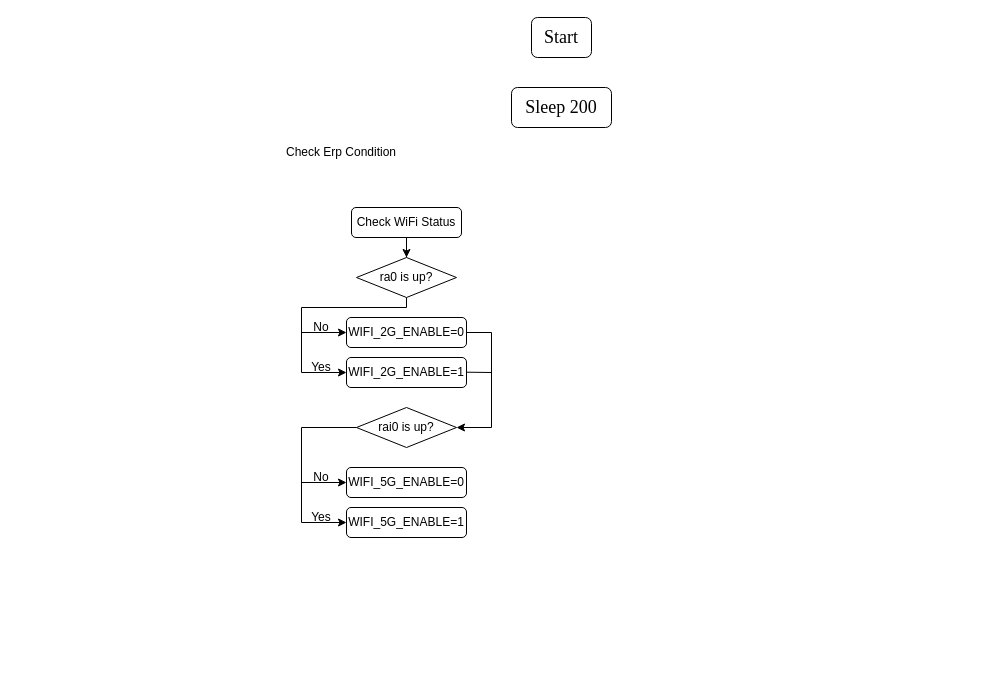
The draw.io diagram ErP_Monitor_script.drawio in asd72570711/draw.io, before the edit. Source tidied: cells renumbered, new cells numbered last; positions are measured from the earlier drawing's top-left corner, leaving out a move shared by most shapes. Both pictures are drawn from the tidied source at 100%, with x=0, y=0 at pixel (261, 17).
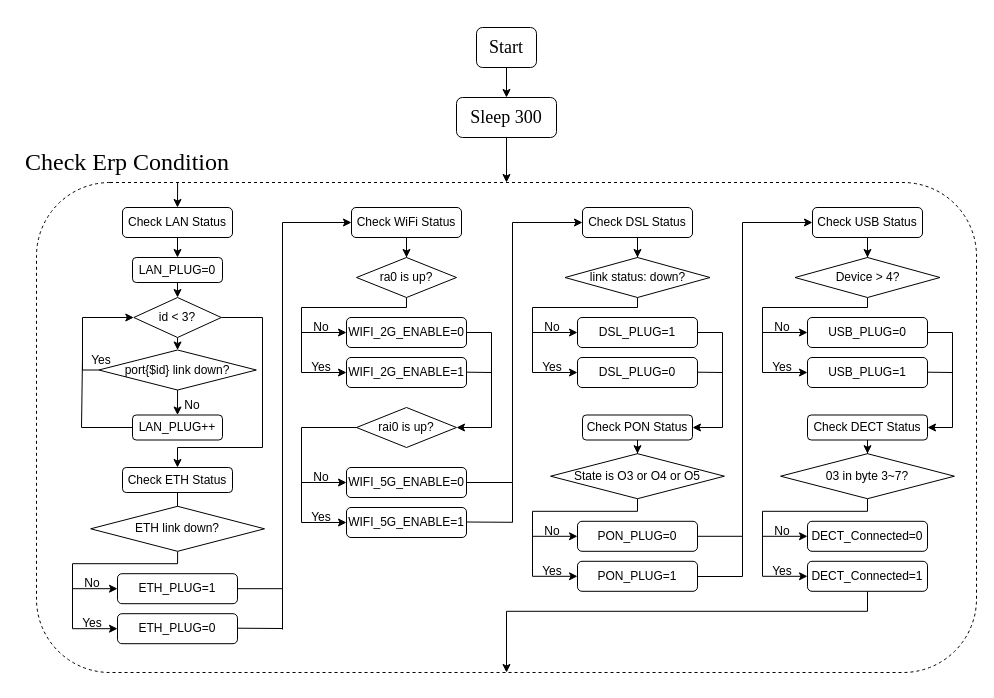
The same diagram, later.

Unchanged cells that the change refers to:
```xml
<mxCell id="6" value="Check WiFi Status" style="rounded=1;whiteSpace=wrap;html=1;" parent="1" vertex="1">
  <mxGeometry x="90" y="190" width="110" height="30" as="geometry" />
</mxCell>
<mxCell id="14" value="WIFI_5G_ENABLE=0" style="rounded=1;whiteSpace=wrap;html=1;" parent="1" vertex="1">
  <mxGeometry x="85" y="450" width="120" height="30" as="geometry" />
</mxCell>
```

Diff of the diagram source:
```diff
@@
+    <mxCell id="25" style="rounded=1;whiteSpace=wrap;html=1;dashed=1;fillColor=none;" parent="1" vertex="1">
+      <mxGeometry x="-225" y="165" width="940" height="490" as="geometry" />
+    </mxCell>
+    <mxCell id="26" style="edgeStyle=orthogonalEdgeStyle;rounded=0;jettySize=auto;html=1;exitX=0.5;exitY=1;exitDx=0;exitDy=0;" parent="1" edge="1" source="2" target="3">
+      <mxGeometry relative="1" as="geometry" />
+    </mxCell>
     <mxCell id="2" value="&lt;font style=&quot;font-size: 18px;&quot; face=&quot;Times New Roman&quot;&gt;Start&lt;/font&gt;" style="rounded=1;whiteSpace=wrap;html=1;" parent="1" vertex="1">
-      <mxGeometry x="270" width="60" height="40" as="geometry" />
+      <mxGeometry x="215" y="10" width="60" height="40" as="geometry" />
     </mxCell>
+    <mxCell id="27" style="edgeStyle=orthogonalEdgeStyle;rounded=0;jettySize=auto;html=1;exitX=0.5;exitY=1;exitDx=0;exitDy=0;entryX=0.5;entryY=0;entryDx=0;entryDy=0;" parent="1" edge="1" source="3" target="25">
+      <mxGeometry relative="1" as="geometry" />
+    </mxCell>
-    <mxCell id="3" value="&lt;font style=&quot;font-size: 18px;&quot; face=&quot;Times New Roman&quot;&gt;Sleep 200&lt;/font&gt;" style="rounded=1;whiteSpace=wrap;html=1;" parent="1" vertex="1">
-      <mxGeometry x="250" y="70" width="100" height="40" as="geometry" />
+    <mxCell id="3" value="&lt;font style=&quot;font-size: 18px;&quot; face=&quot;Times New Roman&quot;&gt;Sleep 300&lt;/font&gt;" style="rounded=1;whiteSpace=wrap;html=1;" parent="1" vertex="1">
+      <mxGeometry x="195" y="80" width="100" height="40" as="geometry" />
     </mxCell>
-    <mxCell id="4" value="Check Erp Condition" style="text;html=1;strokeColor=none;fillColor=none;align=center;verticalAlign=middle;whiteSpace=wrap;rounded=0;" parent="1" vertex="1">
-      <mxGeometry y="120" width="160" height="30" as="geometry" />
+    <mxCell id="4" value="&lt;font face=&quot;Times New Roman&quot; style=&quot;font-size: 24px;&quot;&gt;Check Erp Condition&lt;/font&gt;" style="text;html=1;strokeColor=none;fillColor=none;align=center;verticalAlign=middle;whiteSpace=wrap;rounded=0;" parent="1" vertex="1">
+      <mxGeometry x="-244" y="130" width="220" height="30" as="geometry" />
     </mxCell>
@@
+    <mxCell id="28" style="edgeStyle=orthogonalEdgeStyle;rounded=0;jettySize=auto;html=1;exitX=1;exitY=0.5;exitDx=0;exitDy=0;entryX=0;entryY=0.5;entryDx=0;entryDy=0;" parent="1" edge="1" source="14" target="30">
+      <mxGeometry relative="1" as="geometry">
+        <Array as="points">
+          <mxPoint x="251" y="465" />
+          <mxPoint x="251" y="205" />
+        </Array>
+      </mxGeometry>
+    </mxCell>
@@
+    <mxCell id="29" style="edgeStyle=orthogonalEdgeStyle;rounded=0;jettySize=auto;html=1;exitX=0.5;exitY=1;exitDx=0;exitDy=0;" parent="1" edge="1" source="30" target="32">
+      <mxGeometry relative="1" as="geometry" />
+    </mxCell>
+    <mxCell id="30" value="Check DSL Status" style="rounded=1;whiteSpace=wrap;html=1;" parent="1" vertex="1">
+      <mxGeometry x="321" y="190" width="110" height="30" as="geometry" />
+    </mxCell>
+    <mxCell id="31" style="edgeStyle=orthogonalEdgeStyle;rounded=0;jettySize=auto;html=1;exitX=0.5;exitY=1;exitDx=0;exitDy=0;entryX=0;entryY=0.5;entryDx=0;entryDy=0;" parent="1" edge="1" source="32" target="34">
+      <mxGeometry relative="1" as="geometry">
+        <Array as="points">
+          <mxPoint x="376" y="290" />
+          <mxPoint x="271" y="290" />
+          <mxPoint x="271" y="315" />
+        </Array>
+      </mxGeometry>
+    </mxCell>
+    <mxCell id="32" value="link status: down?" style="rhombus;whiteSpace=wrap;html=1;" parent="1" vertex="1">
+      <mxGeometry x="303.5" y="240" width="145" height="40" as="geometry" />
+    </mxCell>
+    <mxCell id="33" style="edgeStyle=orthogonalEdgeStyle;rounded=0;jettySize=auto;html=1;entryX=1;entryY=0.5;entryDx=0;entryDy=0;" parent="1" edge="1" source="34" target="42">
+      <mxGeometry relative="1" as="geometry">
+        <Array as="points">
+          <mxPoint x="461" y="315" />
+          <mxPoint x="461" y="410" />
+        </Array>
+      </mxGeometry>
+    </mxCell>
+    <mxCell id="34" value="DSL_PLUG=1" style="rounded=1;whiteSpace=wrap;html=1;" parent="1" vertex="1">
+      <mxGeometry x="316" y="300" width="120" height="30" as="geometry" />
+    </mxCell>
+    <mxCell id="35" value="DSL_PLUG=0" style="rounded=1;whiteSpace=wrap;html=1;" parent="1" vertex="1">
+      <mxGeometry x="316" y="340" width="120" height="30" as="geometry" />
+    </mxCell>
+    <mxCell id="36" style="endArrow=none;html=1;rounded=0;" parent="1" edge="1">
+      <mxGeometry relative="1" as="geometry">
+        <mxPoint x="271" y="355" as="sourcePoint" />
+        <mxPoint x="271" y="310" as="targetPoint" />
+      </mxGeometry>
+    </mxCell>
+    <mxCell id="37" style="endArrow=classic;html=1;rounded=0;entryX=0;entryY=0.5;entryDx=0;entryDy=0;" parent="1" edge="1" target="35">
+      <mxGeometry relative="1" as="geometry">
+        <mxPoint x="271" y="355" as="sourcePoint" />
+      </mxGeometry>
+    </mxCell>
+    <mxCell id="38" value="Yes" style="text;html=1;strokeColor=none;fillColor=none;align=center;verticalAlign=middle;whiteSpace=wrap;rounded=0;" parent="1" vertex="1">
+      <mxGeometry x="271" y="340" width="40" height="20" as="geometry" />
+    </mxCell>
+    <mxCell id="39" value="No" style="text;html=1;strokeColor=none;fillColor=none;align=center;verticalAlign=middle;whiteSpace=wrap;rounded=0;" parent="1" vertex="1">
+      <mxGeometry x="271" y="300" width="40" height="20" as="geometry" />
+    </mxCell>
+    <mxCell id="40" style="endArrow=none;html=1;rounded=0;" parent="1" edge="1">
+      <mxGeometry relative="1" as="geometry">
+        <mxPoint x="436" y="354.7" as="sourcePoint" />
+        <mxPoint x="461" y="355" as="targetPoint" />
+      </mxGeometry>
+    </mxCell>
+    <mxCell id="41" style="edgeStyle=orthogonalEdgeStyle;rounded=0;jettySize=auto;html=1;entryX=0.5;entryY=0;entryDx=0;entryDy=0;" parent="1" edge="1" source="42" target="44">
+      <mxGeometry relative="1" as="geometry" />
+    </mxCell>
+    <mxCell id="42" value="Check PON Status" style="rounded=1;whiteSpace=wrap;html=1;" parent="1" vertex="1">
+      <mxGeometry x="321" y="397.5" width="110" height="25" as="geometry" />
+    </mxCell>
+    <mxCell id="43" style="edgeStyle=orthogonalEdgeStyle;rounded=0;jettySize=auto;html=1;exitX=0.5;exitY=1;exitDx=0;exitDy=0;entryX=0;entryY=0.5;entryDx=0;entryDy=0;" parent="1" edge="1" source="44" target="46">
+      <mxGeometry relative="1" as="geometry">
+        <Array as="points">
+          <mxPoint x="376" y="493.8" />
+          <mxPoint x="271" y="493.8" />
+          <mxPoint x="271" y="518.8" />
+        </Array>
+      </mxGeometry>
+    </mxCell>
+    <mxCell id="44" value="State is O3 or O4 or O5" style="rhombus;whiteSpace=wrap;html=1;" parent="1" vertex="1">
+      <mxGeometry x="289.1" y="436.2" width="173.8" height="45" as="geometry" />
+    </mxCell>
+    <mxCell id="45" style="edgeStyle=orthogonalEdgeStyle;rounded=0;jettySize=auto;html=1;exitX=1;exitY=0.5;exitDx=0;exitDy=0;entryX=0;entryY=0.5;entryDx=0;entryDy=0;" parent="1" edge="1" source="46" target="83">
+      <mxGeometry relative="1" as="geometry">
+        <Array as="points">
+          <mxPoint x="481" y="519" />
+          <mxPoint x="481" y="205" />
+        </Array>
+      </mxGeometry>
+    </mxCell>
+    <mxCell id="46" value="PON_PLUG=0" style="rounded=1;whiteSpace=wrap;html=1;" parent="1" vertex="1">
+      <mxGeometry x="316" y="503.8" width="120" height="30" as="geometry" />
+    </mxCell>
+    <mxCell id="47" value="PON_PLUG=1" style="rounded=1;whiteSpace=wrap;html=1;" parent="1" vertex="1">
+      <mxGeometry x="316" y="543.8" width="120" height="30" as="geometry" />
+    </mxCell>
+    <mxCell id="48" style="endArrow=none;html=1;rounded=0;" parent="1" edge="1">
+      <mxGeometry relative="1" as="geometry">
+        <mxPoint x="271" y="558.8" as="sourcePoint" />
+        <mxPoint x="271" y="513.8" as="targetPoint" />
+      </mxGeometry>
+    </mxCell>
+    <mxCell id="49" style="endArrow=classic;html=1;rounded=0;entryX=0;entryY=0.5;entryDx=0;entryDy=0;" parent="1" edge="1" target="47">
+      <mxGeometry relative="1" as="geometry">
+        <mxPoint x="271" y="558.8" as="sourcePoint" />
+      </mxGeometry>
+    </mxCell>
+    <mxCell id="50" value="Yes" style="text;html=1;strokeColor=none;fillColor=none;align=center;verticalAlign=middle;whiteSpace=wrap;rounded=0;" parent="1" vertex="1">
+      <mxGeometry x="271" y="543.8" width="40" height="20" as="geometry" />
+    </mxCell>
+    <mxCell id="51" value="No" style="text;html=1;strokeColor=none;fillColor=none;align=center;verticalAlign=middle;whiteSpace=wrap;rounded=0;" parent="1" vertex="1">
+      <mxGeometry x="271" y="503.8" width="40" height="20" as="geometry" />
+    </mxCell>
+    <mxCell id="52" style="edgeStyle=orthogonalEdgeStyle;rounded=0;jettySize=auto;html=1;exitX=0.5;exitY=1;exitDx=0;exitDy=0;entryX=0.5;entryY=0;entryDx=0;entryDy=0;" parent="1" edge="1" source="53" target="73">
+      <mxGeometry relative="1" as="geometry" />
+    </mxCell>
+    <mxCell id="53" value="Check LAN Status" style="rounded=1;whiteSpace=wrap;html=1;" parent="1" vertex="1">
+      <mxGeometry x="-139" y="190" width="110" height="30" as="geometry" />
+    </mxCell>
+    <mxCell id="54" style="edgeStyle=orthogonalEdgeStyle;rounded=0;jettySize=auto;html=1;exitX=0.5;exitY=1;exitDx=0;exitDy=0;entryX=0.5;entryY=0;entryDx=0;entryDy=0;" parent="1" edge="1" source="56" target="70">
+      <mxGeometry relative="1" as="geometry" />
+    </mxCell>
+    <mxCell id="55" style="edgeStyle=orthogonalEdgeStyle;rounded=0;jettySize=auto;html=1;exitX=1;exitY=0.5;exitDx=0;exitDy=0;entryX=0.5;entryY=0;entryDx=0;entryDy=0;" parent="1" edge="1" source="56" target="58">
+      <mxGeometry relative="1" as="geometry">
+        <Array as="points">
+          <mxPoint x="1" y="300" />
+          <mxPoint x="1" y="430" />
+          <mxPoint x="-84" y="430" />
+        </Array>
+      </mxGeometry>
+    </mxCell>
+    <mxCell id="56" value="id &amp;lt; 3?" style="rhombus;whiteSpace=wrap;html=1;" parent="1" vertex="1">
+      <mxGeometry x="-127.7" y="280" width="87.5" height="40" as="geometry" />
+    </mxCell>
+    <mxCell id="57" style="edgeStyle=orthogonalEdgeStyle;rounded=0;jettySize=auto;html=1;entryX=0.5;entryY=0;entryDx=0;entryDy=0;" parent="1" edge="1" source="58" target="60">
+      <mxGeometry relative="1" as="geometry" />
+    </mxCell>
+    <mxCell id="58" value="Check ETH Status" style="rounded=1;whiteSpace=wrap;html=1;" parent="1" vertex="1">
+      <mxGeometry x="-139" y="450" width="110" height="25" as="geometry" />
+    </mxCell>
+    <mxCell id="59" style="edgeStyle=orthogonalEdgeStyle;rounded=0;jettySize=auto;html=1;exitX=0.5;exitY=1;exitDx=0;exitDy=0;entryX=0;entryY=0.5;entryDx=0;entryDy=0;" parent="1" edge="1" source="60" target="62">
+      <mxGeometry relative="1" as="geometry">
+        <Array as="points">
+          <mxPoint x="-84" y="546.2" />
+          <mxPoint x="-189" y="546.2" />
+          <mxPoint x="-189" y="571.2" />
+        </Array>
+      </mxGeometry>
+    </mxCell>
+    <mxCell id="60" value="ETH link down?" style="rhombus;whiteSpace=wrap;html=1;" parent="1" vertex="1">
+      <mxGeometry x="-170.8" y="488.8" width="173.8" height="45" as="geometry" />
+    </mxCell>
+    <mxCell id="61" style="edgeStyle=orthogonalEdgeStyle;rounded=0;jettySize=auto;html=1;exitX=1;exitY=0.5;exitDx=0;exitDy=0;entryX=0;entryY=0.5;entryDx=0;entryDy=0;" parent="1" edge="1" source="62" target="6">
+      <mxGeometry relative="1" as="geometry">
+        <Array as="points">
+          <mxPoint x="21" y="571" />
+          <mxPoint x="21" y="205" />
+        </Array>
+      </mxGeometry>
+    </mxCell>
+    <mxCell id="62" value="ETH_PLUG=1" style="rounded=1;whiteSpace=wrap;html=1;" parent="1" vertex="1">
+      <mxGeometry x="-144" y="556.2" width="120" height="30" as="geometry" />
+    </mxCell>
+    <mxCell id="63" value="ETH_PLUG=0" style="rounded=1;whiteSpace=wrap;html=1;" parent="1" vertex="1">
+      <mxGeometry x="-144" y="596.2" width="120" height="30" as="geometry" />
+    </mxCell>
+    <mxCell id="64" style="endArrow=none;html=1;rounded=0;" parent="1" edge="1">
+      <mxGeometry relative="1" as="geometry">
+        <mxPoint x="-189" y="611.2" as="sourcePoint" />
+        <mxPoint x="-189" y="566.2" as="targetPoint" />
+      </mxGeometry>
+    </mxCell>
+    <mxCell id="65" style="endArrow=classic;html=1;rounded=0;entryX=0;entryY=0.5;entryDx=0;entryDy=0;" parent="1" edge="1" target="63">
+      <mxGeometry relative="1" as="geometry">
+        <mxPoint x="-189" y="611.2" as="sourcePoint" />
+      </mxGeometry>
+    </mxCell>
+    <mxCell id="66" value="Yes" style="text;html=1;strokeColor=none;fillColor=none;align=center;verticalAlign=middle;whiteSpace=wrap;rounded=0;" parent="1" vertex="1">
+      <mxGeometry x="-189" y="596.2" width="40" height="20" as="geometry" />
+    </mxCell>
+    <mxCell id="67" value="No" style="text;html=1;strokeColor=none;fillColor=none;align=center;verticalAlign=middle;whiteSpace=wrap;rounded=0;" parent="1" vertex="1">
+      <mxGeometry x="-189" y="556.2" width="40" height="20" as="geometry" />
+    </mxCell>
+    <mxCell id="68" style="edgeStyle=orthogonalEdgeStyle;rounded=0;jettySize=auto;html=1;exitX=0.5;exitY=1;exitDx=0;exitDy=0;entryX=0.5;entryY=0;entryDx=0;entryDy=0;" parent="1" edge="1" source="70" target="71">
+      <mxGeometry relative="1" as="geometry" />
+    </mxCell>
+    <mxCell id="69" style="edgeStyle=orthogonalEdgeStyle;rounded=0;jettySize=auto;html=1;exitX=0;exitY=0.5;exitDx=0;exitDy=0;entryX=0;entryY=0.5;entryDx=0;entryDy=0;" parent="1" edge="1" source="70" target="56">
+      <mxGeometry relative="1" as="geometry">
+        <Array as="points">
+          <mxPoint x="-179" y="353" />
+          <mxPoint x="-179" y="300" />
+        </Array>
+      </mxGeometry>
+    </mxCell>
+    <mxCell id="70" value="port{$id} link down?" style="rhombus;whiteSpace=wrap;html=1;" parent="1" vertex="1">
+      <mxGeometry x="-162.7" y="332.5" width="157.5" height="40" as="geometry" />
+    </mxCell>
+    <mxCell id="71" value="LAN_PLUG++" style="rounded=1;whiteSpace=wrap;html=1;" parent="1" vertex="1">
+      <mxGeometry x="-129" y="397.5" width="90" height="25" as="geometry" />
+    </mxCell>
+    <mxCell id="72" style="edgeStyle=orthogonalEdgeStyle;rounded=0;jettySize=auto;html=1;exitX=0.5;exitY=1;exitDx=0;exitDy=0;entryX=0.5;entryY=0;entryDx=0;entryDy=0;" parent="1" edge="1" source="73" target="56">
+      <mxGeometry relative="1" as="geometry" />
+    </mxCell>
+    <mxCell id="73" value="LAN_PLUG=0" style="rounded=1;whiteSpace=wrap;html=1;" parent="1" vertex="1">
+      <mxGeometry x="-129" y="240" width="90" height="25" as="geometry" />
+    </mxCell>
+    <mxCell id="74" value="No" style="text;html=1;strokeColor=none;fillColor=none;align=center;verticalAlign=middle;whiteSpace=wrap;rounded=0;" parent="1" vertex="1">
+      <mxGeometry x="-89" y="377.5" width="40" height="20" as="geometry" />
+    </mxCell>
+    <mxCell id="75" value="Yes" style="text;html=1;strokeColor=none;fillColor=none;align=center;verticalAlign=middle;whiteSpace=wrap;rounded=0;" parent="1" vertex="1">
+      <mxGeometry x="-179.9" y="332.5" width="40" height="20" as="geometry" />
+    </mxCell>
+    <mxCell id="76" style="endArrow=none;html=1;rounded=0;" parent="1" edge="1">
+      <mxGeometry relative="1" as="geometry">
+        <mxPoint x="-180" y="410" as="sourcePoint" />
+        <mxPoint x="-179" y="340" as="targetPoint" />
+      </mxGeometry>
+    </mxCell>
+    <mxCell id="77" style="endArrow=none;html=1;rounded=0;" parent="1" edge="1">
+      <mxGeometry relative="1" as="geometry">
+        <mxPoint x="-179.9" y="410" as="sourcePoint" />
+        <mxPoint x="-129" y="410" as="targetPoint" />
+      </mxGeometry>
+    </mxCell>
+    <mxCell id="78" style="endArrow=none;html=1;rounded=0;" parent="1" edge="1">
+      <mxGeometry relative="1" as="geometry">
+        <mxPoint x="-24" y="610.7" as="sourcePoint" />
+        <mxPoint x="21" y="611" as="targetPoint" />
+      </mxGeometry>
+    </mxCell>
+    <mxCell id="79" style="endArrow=none;html=1;rounded=0;" parent="1" edge="1">
+      <mxGeometry relative="1" as="geometry">
+        <mxPoint x="21" y="612" as="sourcePoint" />
+        <mxPoint x="21" y="566" as="targetPoint" />
+      </mxGeometry>
+    </mxCell>
+    <mxCell id="80" style="endArrow=none;html=1;rounded=0;" parent="1" edge="1">
+      <mxGeometry relative="1" as="geometry">
+        <mxPoint x="205" y="504.5" as="sourcePoint" />
+        <mxPoint x="251" y="504.8" as="targetPoint" />
+      </mxGeometry>
+    </mxCell>
+    <mxCell id="81" style="endArrow=none;html=1;rounded=0;" parent="1" edge="1">
+      <mxGeometry relative="1" as="geometry">
+        <mxPoint x="251" y="505" as="sourcePoint" />
+        <mxPoint x="251" y="465" as="targetPoint" />
+      </mxGeometry>
+    </mxCell>
+    <mxCell id="82" style="edgeStyle=orthogonalEdgeStyle;rounded=0;jettySize=auto;html=1;exitX=0.5;exitY=1;exitDx=0;exitDy=0;" parent="1" edge="1" source="83" target="85">
+      <mxGeometry relative="1" as="geometry" />
+    </mxCell>
+    <mxCell id="83" value="Check USB Status" style="rounded=1;whiteSpace=wrap;html=1;" parent="1" vertex="1">
+      <mxGeometry x="551" y="190" width="110" height="30" as="geometry" />
+    </mxCell>
+    <mxCell id="84" style="edgeStyle=orthogonalEdgeStyle;rounded=0;jettySize=auto;html=1;exitX=0.5;exitY=1;exitDx=0;exitDy=0;entryX=0;entryY=0.5;entryDx=0;entryDy=0;" parent="1" edge="1" source="85" target="87">
+      <mxGeometry relative="1" as="geometry">
+        <Array as="points">
+          <mxPoint x="606" y="290" />
+          <mxPoint x="501" y="290" />
+          <mxPoint x="501" y="315" />
+        </Array>
+      </mxGeometry>
+    </mxCell>
+    <mxCell id="85" value="Device &amp;gt; 4?" style="rhombus;whiteSpace=wrap;html=1;" parent="1" vertex="1">
+      <mxGeometry x="533.5" y="240" width="145" height="40" as="geometry" />
+    </mxCell>
+    <mxCell id="86" style="edgeStyle=orthogonalEdgeStyle;rounded=0;jettySize=auto;html=1;entryX=1;entryY=0.5;entryDx=0;entryDy=0;" parent="1" edge="1" source="87" target="95">
+      <mxGeometry relative="1" as="geometry">
+        <Array as="points">
+          <mxPoint x="691" y="315" />
+          <mxPoint x="691" y="410" />
+        </Array>
+      </mxGeometry>
+    </mxCell>
+    <mxCell id="87" value="USB_PLUG=0" style="rounded=1;whiteSpace=wrap;html=1;" parent="1" vertex="1">
+      <mxGeometry x="546" y="300" width="120" height="30" as="geometry" />
+    </mxCell>
+    <mxCell id="88" value="USB_PLUG=1" style="rounded=1;whiteSpace=wrap;html=1;" parent="1" vertex="1">
+      <mxGeometry x="546" y="340" width="120" height="30" as="geometry" />
+    </mxCell>
+    <mxCell id="89" style="endArrow=none;html=1;rounded=0;" parent="1" edge="1">
+      <mxGeometry relative="1" as="geometry">
+        <mxPoint x="501" y="355" as="sourcePoint" />
+        <mxPoint x="501" y="310" as="targetPoint" />
+      </mxGeometry>
+    </mxCell>
+    <mxCell id="90" style="endArrow=classic;html=1;rounded=0;entryX=0;entryY=0.5;entryDx=0;entryDy=0;" parent="1" edge="1" target="88">
+      <mxGeometry relative="1" as="geometry">
+        <mxPoint x="501" y="355" as="sourcePoint" />
+      </mxGeometry>
+    </mxCell>
+    <mxCell id="91" value="Yes" style="text;html=1;strokeColor=none;fillColor=none;align=center;verticalAlign=middle;whiteSpace=wrap;rounded=0;" parent="1" vertex="1">
+      <mxGeometry x="501" y="340" width="40" height="20" as="geometry" />
+    </mxCell>
+    <mxCell id="92" value="No" style="text;html=1;strokeColor=none;fillColor=none;align=center;verticalAlign=middle;whiteSpace=wrap;rounded=0;" parent="1" vertex="1">
+      <mxGeometry x="501" y="300" width="40" height="20" as="geometry" />
+    </mxCell>
+    <mxCell id="93" style="endArrow=none;html=1;rounded=0;" parent="1" edge="1">
+      <mxGeometry relative="1" as="geometry">
+        <mxPoint x="666" y="354.7" as="sourcePoint" />
+        <mxPoint x="691" y="355" as="targetPoint" />
+      </mxGeometry>
+    </mxCell>
+    <mxCell id="94" style="edgeStyle=orthogonalEdgeStyle;rounded=0;jettySize=auto;html=1;entryX=0.5;entryY=0;entryDx=0;entryDy=0;" parent="1" edge="1" source="95" target="97">
+      <mxGeometry relative="1" as="geometry" />
+    </mxCell>
+    <mxCell id="95" value="Check DECT Status" style="rounded=1;whiteSpace=wrap;html=1;" parent="1" vertex="1">
+      <mxGeometry x="546" y="397.5" width="120" height="25" as="geometry" />
+    </mxCell>
+    <mxCell id="96" style="edgeStyle=orthogonalEdgeStyle;rounded=0;jettySize=auto;html=1;exitX=0.5;exitY=1;exitDx=0;exitDy=0;entryX=0;entryY=0.5;entryDx=0;entryDy=0;" parent="1" edge="1" source="97" target="98">
+      <mxGeometry relative="1" as="geometry">
+        <Array as="points">
+          <mxPoint x="606" y="493.8" />
+          <mxPoint x="501" y="493.8" />
+          <mxPoint x="501" y="518.8" />
+        </Array>
+      </mxGeometry>
+    </mxCell>
+    <mxCell id="97" value="03 in byte 3~7?" style="rhombus;whiteSpace=wrap;html=1;" parent="1" vertex="1">
+      <mxGeometry x="519.1" y="436.2" width="173.8" height="45" as="geometry" />
+    </mxCell>
+    <mxCell id="98" value="DECT_Connected=0" style="rounded=1;whiteSpace=wrap;html=1;" parent="1" vertex="1">
+      <mxGeometry x="546" y="503.8" width="120" height="30" as="geometry" />
+    </mxCell>
+    <mxCell id="99" style="edgeStyle=orthogonalEdgeStyle;rounded=0;jettySize=auto;html=1;exitX=0.5;exitY=1;exitDx=0;exitDy=0;" parent="1" edge="1" source="100" target="25">
+      <mxGeometry relative="1" as="geometry" />
+    </mxCell>
+    <mxCell id="100" value="DECT_Connected=1" style="rounded=1;whiteSpace=wrap;html=1;" parent="1" vertex="1">
+      <mxGeometry x="546" y="543.8" width="120" height="30" as="geometry" />
+    </mxCell>
+    <mxCell id="101" style="endArrow=none;html=1;rounded=0;" parent="1" edge="1">
+      <mxGeometry relative="1" as="geometry">
+        <mxPoint x="501" y="558.8" as="sourcePoint" />
+        <mxPoint x="501" y="513.8" as="targetPoint" />
+      </mxGeometry>
+    </mxCell>
+    <mxCell id="102" style="endArrow=classic;html=1;rounded=0;entryX=0;entryY=0.5;entryDx=0;entryDy=0;" parent="1" edge="1" target="100">
+      <mxGeometry relative="1" as="geometry">
+        <mxPoint x="501" y="558.8" as="sourcePoint" />
+      </mxGeometry>
+    </mxCell>
+    <mxCell id="103" value="Yes" style="text;html=1;strokeColor=none;fillColor=none;align=center;verticalAlign=middle;whiteSpace=wrap;rounded=0;" parent="1" vertex="1">
+      <mxGeometry x="501" y="543.8" width="40" height="20" as="geometry" />
+    </mxCell>
+    <mxCell id="104" value="No" style="text;html=1;strokeColor=none;fillColor=none;align=center;verticalAlign=middle;whiteSpace=wrap;rounded=0;" parent="1" vertex="1">
+      <mxGeometry x="501" y="503.8" width="40" height="20" as="geometry" />
+    </mxCell>
+    <mxCell id="105" style="endArrow=none;html=1;rounded=0;" parent="1" edge="1">
+      <mxGeometry relative="1" as="geometry">
+        <mxPoint x="436" y="559" as="sourcePoint" />
+        <mxPoint x="481" y="559" as="targetPoint" />
+      </mxGeometry>
+    </mxCell>
+    <mxCell id="106" style="endArrow=none;html=1;rounded=0;" parent="1" edge="1">
+      <mxGeometry relative="1" as="geometry">
+        <mxPoint x="481" y="559" as="sourcePoint" />
+        <mxPoint x="481" y="518" as="targetPoint" />
+      </mxGeometry>
+    </mxCell>
+    <mxCell id="107" style="endArrow=classic;html=1;rounded=0;" parent="1" edge="1">
+      <mxGeometry relative="1" as="geometry">
+        <mxPoint x="-83.9" y="165" as="sourcePoint" />
+        <mxPoint x="-84" y="190" as="targetPoint" />
+      </mxGeometry>
+    </mxCell>
```
